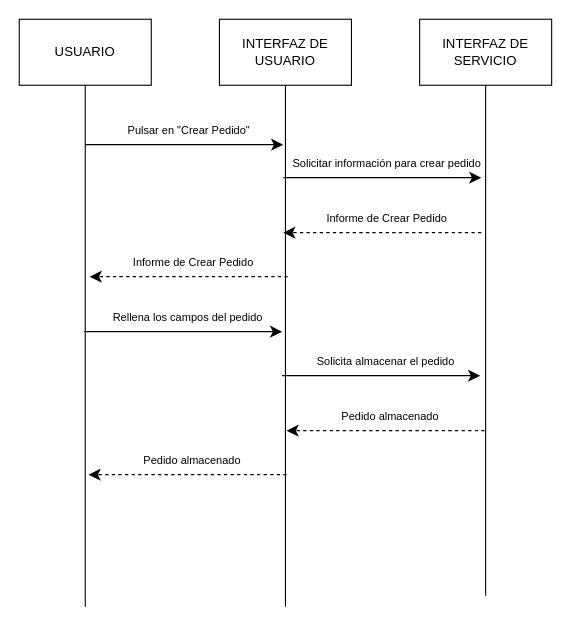
Before: diagrams/secuencia/DS-014.drawio in ClaudiaOviedoGovantes/ComercialPostigo, a draw.io diagram. Source tidied: cells renumbered, new cells numbered last; positions are measured from the earlier drawing's top-left corner, leaving out a move shared by most shapes. Both pictures are drawn from the tidied source at 110%, with x=0, y=0 at pixel (19, 19).
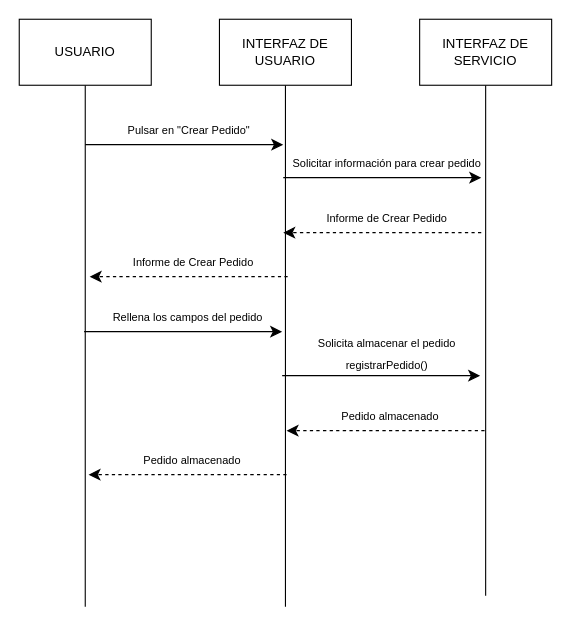
After the change.

Diff of the diagram source:
```diff
@@
-    <mxCell id="19" value="&lt;font style=&quot;font-size: 10px;&quot;&gt;Solicita almacenar el pedido&lt;/font&gt;" style="text;html=1;align=center;verticalAlign=middle;strokeColor=none;fillColor=none;fontSize=16;" parent="1" vertex="1">
-      <mxGeometry x="258" y="294" width="150" height="30" as="geometry" />
+    <mxCell id="19" value="&lt;font style=&quot;font-size: 10px;&quot;&gt;Solicita almacenar el pedido&lt;/font&gt;&lt;div&gt;&lt;font style=&quot;&quot;&gt;&lt;span style=&quot;font-size: 10px;&quot;&gt;registrarPedido()&lt;/span&gt;&lt;/font&gt;&lt;/div&gt;" style="text;html=1;align=center;verticalAlign=middle;strokeColor=none;fillColor=none;fontSize=16;" parent="1" vertex="1">
+      <mxGeometry x="262.5" y="277" width="143" height="50" as="geometry" />
     </mxCell>
```
